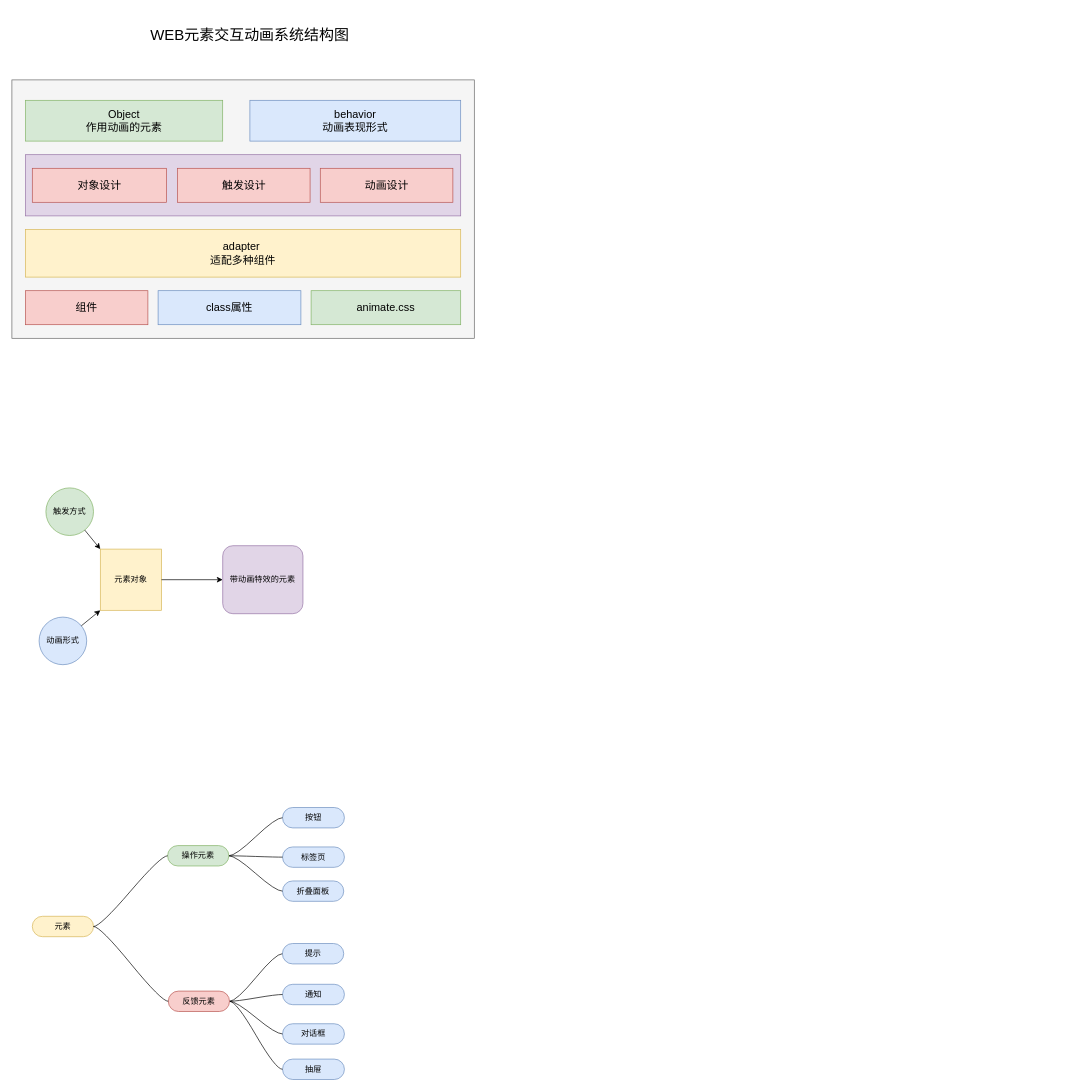
Earlier version of the draw.io diagram WEB元素交互动画系统设计.drawio (meterXu/drawiofile). Source tidied: cells renumbered, new cells numbered last; positions are measured from the earlier drawing's top-left corner, leaving out a move shared by most shapes. Both pictures are drawn from the tidied source at 68%, with x=0, y=0 at pixel (12, 12).
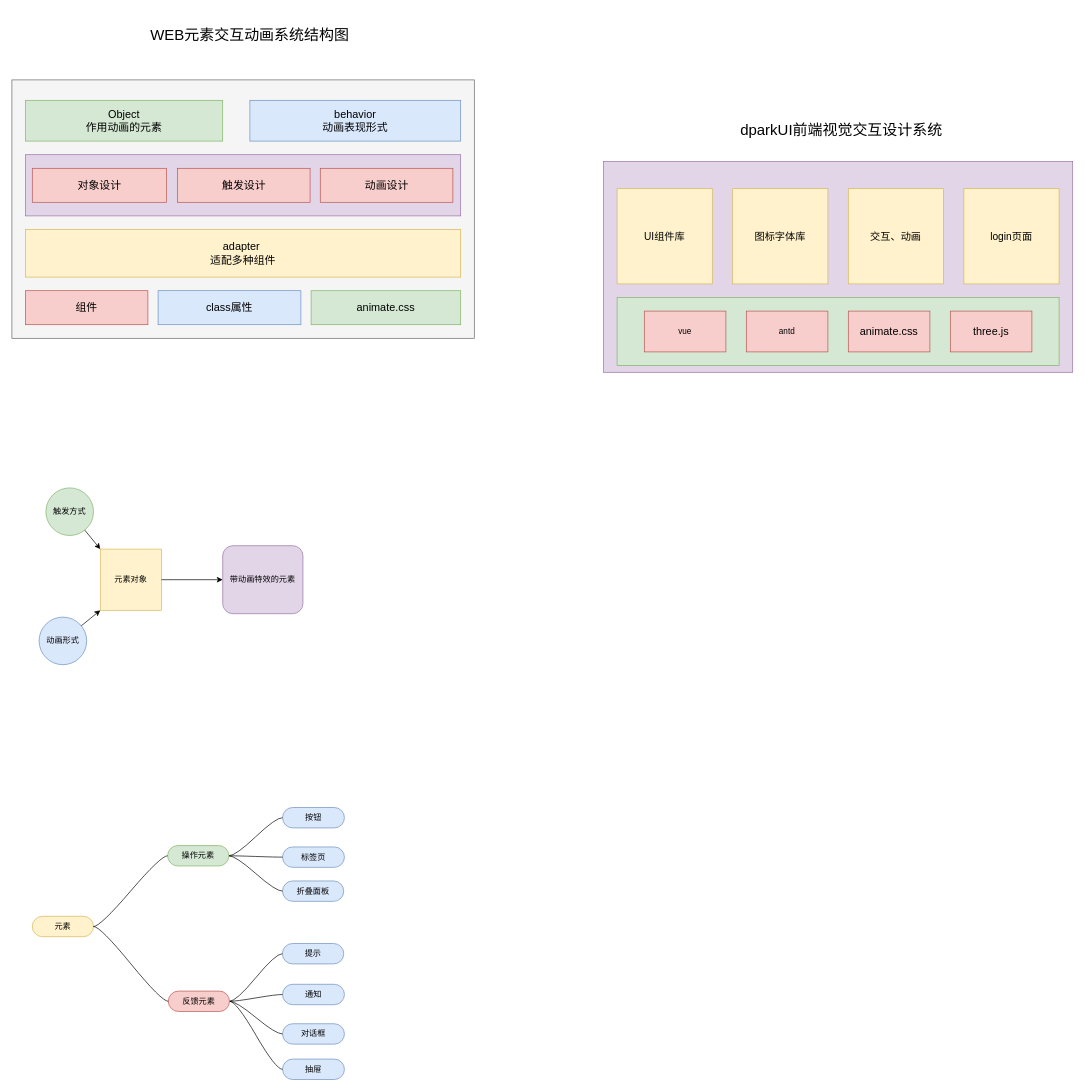
The same diagram, later.

Commit message:
Update WEB元素交互动画系统设计.drawio

The edit, as a diff of the source:
```diff
@@
+    <mxCell id="40" style="rounded=0;whiteSpace=wrap;html=1;fillColor=#e1d5e7;strokeColor=#9673a6;" parent="1" vertex="1">
+      <mxGeometry x="870" y="220" width="690" height="310" as="geometry" />
+    </mxCell>
+    <mxCell id="41" value="&lt;font style=&quot;font-size: 22px&quot;&gt;dparkUI前端视觉交互设计系统&lt;/font&gt;" style="text;html=1;strokeColor=none;fillColor=none;align=center;verticalAlign=middle;whiteSpace=wrap;rounded=0;" parent="1" vertex="1">
+      <mxGeometry x="1050" y="140" width="340" height="70" as="geometry" />
+    </mxCell>
+    <mxCell id="42" value="&lt;font style=&quot;font-size: 15px&quot;&gt;UI组件库&lt;/font&gt;" style="rounded=0;whiteSpace=wrap;html=1;fillColor=#fff2cc;strokeColor=#d6b656;" parent="1" vertex="1">
+      <mxGeometry x="890" y="260" width="140" height="140" as="geometry" />
+    </mxCell>
+    <mxCell id="43" value="&lt;font style=&quot;font-size: 15px&quot;&gt;图标字体库&lt;/font&gt;" style="rounded=0;whiteSpace=wrap;html=1;fillColor=#fff2cc;strokeColor=#d6b656;" parent="1" vertex="1">
+      <mxGeometry x="1060" y="260" width="140" height="140" as="geometry" />
+    </mxCell>
+    <mxCell id="44" value="&lt;font style=&quot;font-size: 15px&quot;&gt;交互、动画&lt;/font&gt;" style="rounded=0;whiteSpace=wrap;html=1;fillColor=#fff2cc;strokeColor=#d6b656;" parent="1" vertex="1">
+      <mxGeometry x="1230" y="260" width="140" height="140" as="geometry" />
+    </mxCell>
+    <mxCell id="45" value="&lt;font style=&quot;font-size: 15px&quot;&gt;login页面&lt;/font&gt;" style="rounded=0;whiteSpace=wrap;html=1;fillColor=#fff2cc;strokeColor=#d6b656;" parent="1" vertex="1">
+      <mxGeometry x="1400" y="260" width="140" height="140" as="geometry" />
+    </mxCell>
+    <mxCell id="46" style="rounded=0;whiteSpace=wrap;html=1;fillColor=#d5e8d4;strokeColor=#82b366;" parent="1" vertex="1">
+      <mxGeometry x="890" y="420" width="650" height="100" as="geometry" />
+    </mxCell>
+    <mxCell id="47" value="vue" style="rounded=0;whiteSpace=wrap;html=1;fillColor=#f8cecc;strokeColor=#b85450;" parent="1" vertex="1">
+      <mxGeometry x="930" y="440" width="120" height="60" as="geometry" />
+    </mxCell>
+    <mxCell id="48" value="antd" style="rounded=0;whiteSpace=wrap;html=1;fillColor=#f8cecc;strokeColor=#b85450;" parent="1" vertex="1">
+      <mxGeometry x="1080" y="440" width="120" height="60" as="geometry" />
+    </mxCell>
+    <mxCell id="49" value="&lt;span style=&quot;font-size: 16px&quot;&gt;animate.css&lt;/span&gt;" style="rounded=0;whiteSpace=wrap;html=1;fillColor=#f8cecc;strokeColor=#b85450;" parent="1" vertex="1">
+      <mxGeometry x="1230" y="440" width="120" height="60" as="geometry" />
+    </mxCell>
+    <mxCell id="50" value="&lt;span style=&quot;font-size: 16px&quot;&gt;three.js&lt;/span&gt;" style="rounded=0;whiteSpace=wrap;html=1;fillColor=#f8cecc;strokeColor=#b85450;" parent="1" vertex="1">
+      <mxGeometry x="1380" y="440" width="120" height="60" as="geometry" />
+    </mxCell>
```
